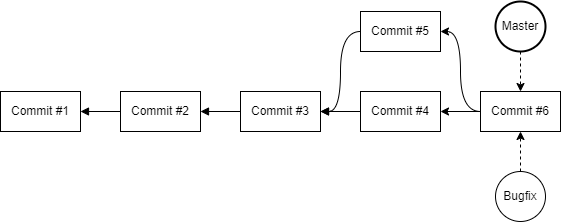
Before: Assets/images/git-branch-merge.png, a diagram exported from draw.io (braboj/tutorial-git). Source tidied: cells renumbered, new cells last; positions are measured from the earlier drawing's top-left corner, leaving out a move shared by most shapes.
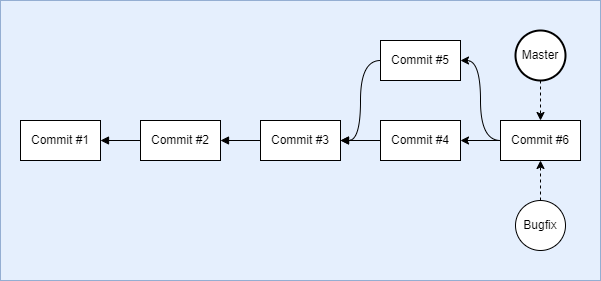
After the commit.

The edit, as a diff of the source:
```diff
@@ -1,7 +1,10 @@
-<mxGraphModel>
+<mxGraphModel background="#ffffff">
   <root>
     <mxCell id="0" />
     <mxCell id="1" parent="0" />
+    <mxCell id="18" style="rounded=0;whiteSpace=wrap;html=1;fillColor=#dae8fc;strokeColor=#6c8ebf;opacity=70;" parent="1" vertex="1">
+      <mxGeometry x="-20" y="-30" width="600" height="280" as="geometry" />
+    </mxCell>
     <mxCell id="2" style="edgeStyle=orthogonalEdgeStyle;rounded=0;jettySize=auto;html=1;entryX=0;entryY=0.5;entryDx=0;entryDy=0;endArrow=none;endFill=0;startArrow=block;startFill=1;" parent="1" edge="1" source="3" target="5">
       <mxGeometry relative="1" as="geometry" />
     </mxCell>
```
